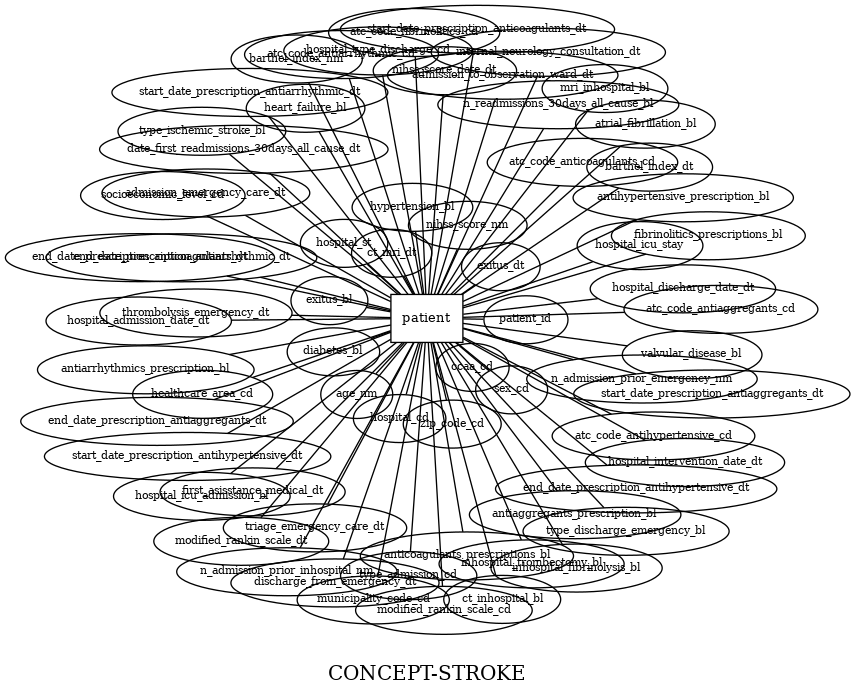
This is docs/CDM/ER.gv.png from cienciadedatosysalud/CONCEPT-STROKE, a Graphviz export, as it was before one commit. Its source is kept beside it as docs/CDM/ER.gv.
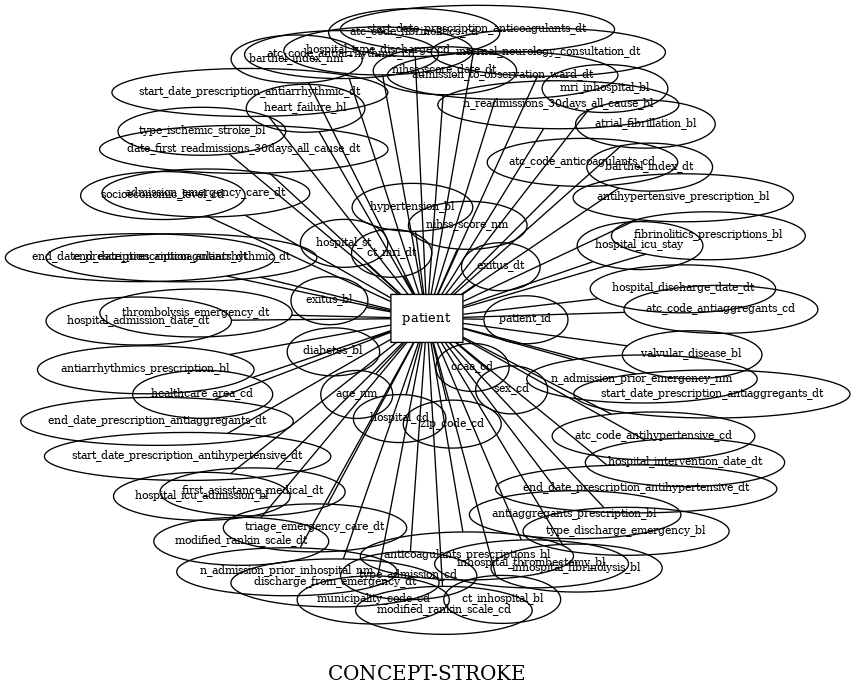
The same diagram one commit later.

What changed in the source:
```diff
@@ -30,8 +30,8 @@
 	patient_hospital_discharge_date_dt -- patient [len=2.1]
 	patient_hospital_type_discharge_cd [label=hospital_type_discharge_cd fontsize="8pt"]
 	patient_hospital_type_discharge_cd -- patient [len=2.1]
-	patient_inhospital_trombectomy_bl [label=inhospital_trombectomy_bl fontsize="8pt"]
-	patient_inhospital_trombectomy_bl -- patient [len=2.1]
+	patient_inhospital_thrombectomy_bl [label=inhospital_thrombectomy_bl fontsize="8pt"]
+	patient_inhospital_thrombectomy_bl -- patient [len=2.1]
 	patient_inhospital_fibrinolysis_bl [label=inhospital_fibrinolysis_bl fontsize="8pt"]
 	patient_inhospital_fibrinolysis_bl -- patient [len=2.1]
 	patient_type_ischemic_stroke_bl [label=type_ischemic_stroke_bl fontsize="8pt"]
```
